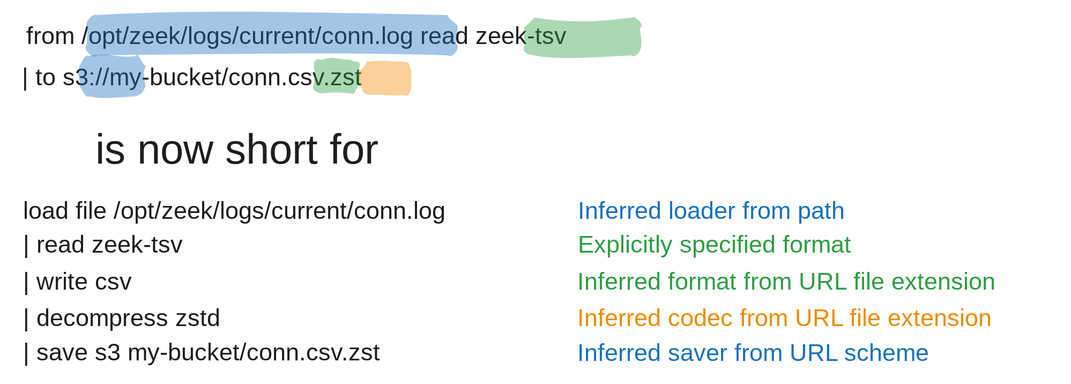
tenzir/tenzir keeps this Excalidraw diagram as web/blog/tenzir-v4.6/tenzir-v4.6-url-expansion.excalidraw.svg. Above is the earlier version. Source tidied: one line per element, renumbered; positions are measured from the earlier drawing's top-left corner, leaving out a move shared by most shapes.
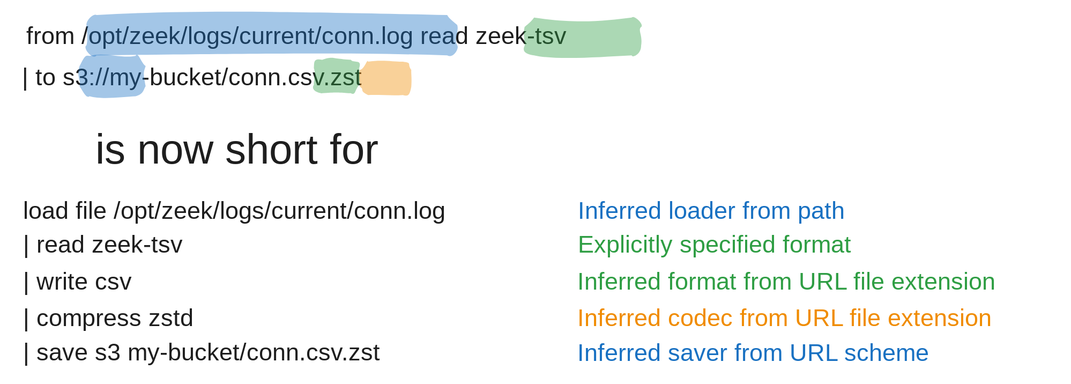
Later version of the same file.

Commit message:
Integrate review feedback

Change to the diagram source:
```diff
@@ -3,7 +3,7 @@
 {"id": 2, "type": "text", "text": "load file /opt/zeek/logs/current/conn.log", "strokeColor": "#1e1e1e", "strokeWidth": 4, "roughness": 0, "fontSize": 16, "fontFamily": 1, "x": 5, "y": 121, "width": 317, "height": 20}
 {"id": 3, "type": "text", "text": "| read zeek-tsv", "strokeColor": "#1e1e1e", "strokeWidth": 4, "roughness": 0, "fontSize": 16, "fontFamily": 1, "x": 5, "y": 143, "width": 121, "height": 20}
 {"id": 4, "type": "text", "text": "| save s3 my-bucket/conn.csv.zst", "strokeColor": "#1e1e1e", "strokeWidth": 4, "roughness": 0, "fontSize": 16, "fontFamily": 1, "x": 5, "y": 215, "width": 258, "height": 20}
-{"id": 5, "type": "text", "text": "| decompress zstd", "strokeColor": "#1e1e1e", "strokeWidth": 4, "roughness": 0, "fontSize": 16, "fontFamily": 1, "x": 5, "y": 193, "width": 140, "height": 20}
+{"id": 5, "type": "text", "text": "| compress zstd", "strokeColor": "#1e1e1e", "strokeWidth": 4, "roughness": 0, "fontSize": 16, "fontFamily": 1, "x": 5, "y": 193, "width": 123, "height": 20}
 {"id": 6, "type": "text", "text": "| write csv", "strokeColor": "#1e1e1e", "strokeWidth": 4, "roughness": 0, "fontSize": 16, "fontFamily": 1, "x": 5, "y": 168, "width": 82, "height": 20}
 {"id": 7, "type": "text", "text": "Inferred loader from path", "strokeColor": "#1971c2", "strokeWidth": 4, "roughness": 0, "fontSize": 16, "fontFamily": 1, "x": 375, "y": 121, "width": 206, "height": 20}
 {"id": 8, "type": "text", "text": "Explicitly specified format", "strokeColor": "#2f9e44", "strokeWidth": 4, "roughness": 0, "fontSize": 16, "fontFamily": 1, "x": 375, "y": 143, "width": 203, "height": 20}
```
